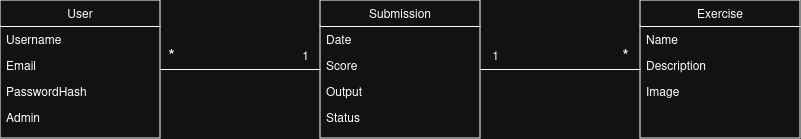
The draw.io diagram Docs/Requirements/flask_db.drawio.png in ICWeiner/FCUP-DissertationProject, before a commit. Source tidied: cells renumbered, new cells last; positions are measured from the earlier drawing's top-left corner, leaving out a move shared by most shapes.
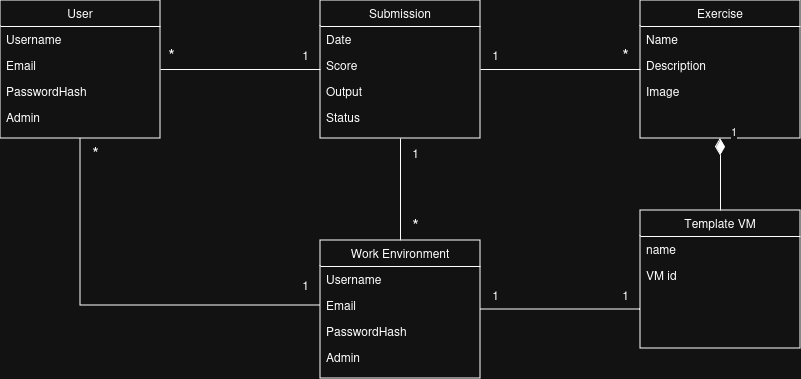
After the commit.

Change to the diagram source:
```diff
@@ -5,6 +5,9 @@
     <mxCell id="2" style="edgeStyle=orthogonalEdgeStyle;rounded=0;jettySize=auto;html=1;endArrow=none;endFill=0;" parent="1" edge="1" source="3" target="13">
       <mxGeometry relative="1" as="geometry" />
     </mxCell>
+    <mxCell id="22" style="edgeStyle=orthogonalEdgeStyle;rounded=0;jettySize=auto;html=1;entryX=0;entryY=0.5;entryDx=0;entryDy=0;endArrow=none;endFill=0;" parent="1" edge="1" source="3" target="31">
+      <mxGeometry relative="1" as="geometry" />
+    </mxCell>
     <mxCell id="3" value="User&#10;" style="swimlane;fontStyle=0;align=center;verticalAlign=top;horizontal=1;startSize=26;rounded=0;shadow=0;strokeWidth=1;" parent="1" vertex="1">
       <mxGeometry width="160" height="138" as="geometry" />
     </mxCell>
@@ -35,6 +38,9 @@
     <mxCell id="12" value="Image" style="text;align=left;verticalAlign=top;spacingLeft=4;spacingRight=4;overflow=hidden;rounded=0;shadow=0;html=0;" parent="9" vertex="1">
       <mxGeometry y="78" width="160" height="26" as="geometry" />
     </mxCell>
+    <mxCell id="23" style="edgeStyle=orthogonalEdgeStyle;rounded=0;jettySize=auto;html=1;endArrow=none;endFill=0;" parent="1" edge="1" source="13" target="29">
+      <mxGeometry relative="1" as="geometry" />
+    </mxCell>
     <mxCell id="13" value="Submission&#10;" style="swimlane;fontStyle=0;align=center;verticalAlign=top;horizontal=1;startSize=26;rounded=0;shadow=0;strokeWidth=1;" parent="1" vertex="1">
       <mxGeometry x="320" width="160" height="138" as="geometry" />
     </mxCell>
@@ -62,5 +68,58 @@
     <mxCell id="21" value="1" style="text;html=1;align=center;verticalAlign=middle;strokeColor=none;fillColor=none;" parent="1" vertex="1">
       <mxGeometry x="480" y="40" width="30" height="30" as="geometry" />
     </mxCell>
+    <mxCell id="24" style="edgeStyle=orthogonalEdgeStyle;rounded=0;jettySize=auto;html=1;endArrow=none;endFill=0;" parent="1" edge="1" source="25" target="29">
+      <mxGeometry relative="1" as="geometry">
+        <Array as="points">
+          <mxPoint x="600" y="309" />
+          <mxPoint x="600" y="309" />
+        </Array>
+      </mxGeometry>
+    </mxCell>
+    <mxCell id="25" value="Template VM" style="swimlane;fontStyle=0;align=center;verticalAlign=top;horizontal=1;startSize=26;rounded=0;shadow=0;strokeWidth=1;" parent="1" vertex="1">
+      <mxGeometry x="640" y="210" width="160" height="138" as="geometry" />
+    </mxCell>
+    <mxCell id="26" value="name" style="text;align=left;verticalAlign=top;spacingLeft=4;spacingRight=4;overflow=hidden;" parent="25" vertex="1">
+      <mxGeometry y="26" width="160" height="26" as="geometry" />
+    </mxCell>
+    <mxCell id="27" value="VM id" style="text;align=left;verticalAlign=top;spacingLeft=4;spacingRight=4;overflow=hidden;rounded=0;shadow=0;html=0;" parent="25" vertex="1">
+      <mxGeometry y="52" width="160" height="26" as="geometry" />
+    </mxCell>
+    <mxCell id="28" value="1" style="endArrow=none;html=1;endSize=12;startArrow=diamondThin;startSize=14;startFill=1;edgeStyle=orthogonalEdgeStyle;align=left;verticalAlign=bottom;rounded=0;endFill=0;" parent="1" edge="1" source="9" target="25">
+      <mxGeometry x="-0.93" y="9" relative="1" as="geometry" />
+    </mxCell>
+    <mxCell id="29" value="Work Environment" style="swimlane;fontStyle=0;align=center;verticalAlign=top;horizontal=1;startSize=26;rounded=0;shadow=0;strokeWidth=1;" parent="1" vertex="1">
+      <mxGeometry x="320" y="240" width="160" height="138" as="geometry" />
+    </mxCell>
+    <mxCell id="30" value="Username&#10;" style="text;align=left;verticalAlign=top;spacingLeft=4;spacingRight=4;overflow=hidden;" parent="29" vertex="1">
+      <mxGeometry y="26" width="160" height="26" as="geometry" />
+    </mxCell>
+    <mxCell id="31" value="Email" style="text;align=left;verticalAlign=top;spacingLeft=4;spacingRight=4;overflow=hidden;points=[[0,0.5],[1,0.5]];portConstraint=eastwest;rounded=0;shadow=0;html=0;" parent="29" vertex="1">
+      <mxGeometry y="52" width="160" height="26" as="geometry" />
+    </mxCell>
+    <mxCell id="32" value="PasswordHash" style="text;align=left;verticalAlign=top;spacingLeft=4;spacingRight=4;overflow=hidden;rounded=0;shadow=0;html=0;" parent="29" vertex="1">
+      <mxGeometry y="78" width="160" height="26" as="geometry" />
+    </mxCell>
+    <mxCell id="33" value="Admin" style="text;align=left;verticalAlign=top;spacingLeft=4;spacingRight=4;overflow=hidden;rounded=0;shadow=0;html=0;" parent="29" vertex="1">
+      <mxGeometry y="104" width="160" height="26" as="geometry" />
+    </mxCell>
+    <mxCell id="34" value="1" style="text;html=1;align=center;verticalAlign=middle;strokeColor=none;fillColor=none;" parent="1" vertex="1">
+      <mxGeometry x="400" y="138" width="30" height="30" as="geometry" />
+    </mxCell>
+    <mxCell id="35" value="&lt;font style=&quot;font-size: 17px;&quot;&gt;*&lt;/font&gt;" style="text;html=1;align=center;verticalAlign=middle;strokeColor=none;fillColor=none;" parent="1" vertex="1">
+      <mxGeometry x="400" y="210" width="30" height="30" as="geometry" />
+    </mxCell>
+    <mxCell id="36" value="1" style="text;html=1;align=center;verticalAlign=middle;strokeColor=none;fillColor=none;" parent="1" vertex="1">
+      <mxGeometry x="480" y="280" width="30" height="30" as="geometry" />
+    </mxCell>
+    <mxCell id="37" value="1" style="text;html=1;align=center;verticalAlign=middle;strokeColor=none;fillColor=none;" parent="1" vertex="1">
+      <mxGeometry x="610" y="280" width="30" height="30" as="geometry" />
+    </mxCell>
+    <mxCell id="38" value="1" style="text;html=1;align=center;verticalAlign=middle;strokeColor=none;fillColor=none;" parent="1" vertex="1">
+      <mxGeometry x="290" y="270" width="30" height="30" as="geometry" />
+    </mxCell>
+    <mxCell id="39" value="&lt;font style=&quot;font-size: 17px;&quot;&gt;*&lt;/font&gt;" style="text;html=1;align=center;verticalAlign=middle;strokeColor=none;fillColor=none;" parent="1" vertex="1">
+      <mxGeometry x="80" y="138" width="30" height="30" as="geometry" />
+    </mxCell>
   </root>
 </mxGraphModel>
```
